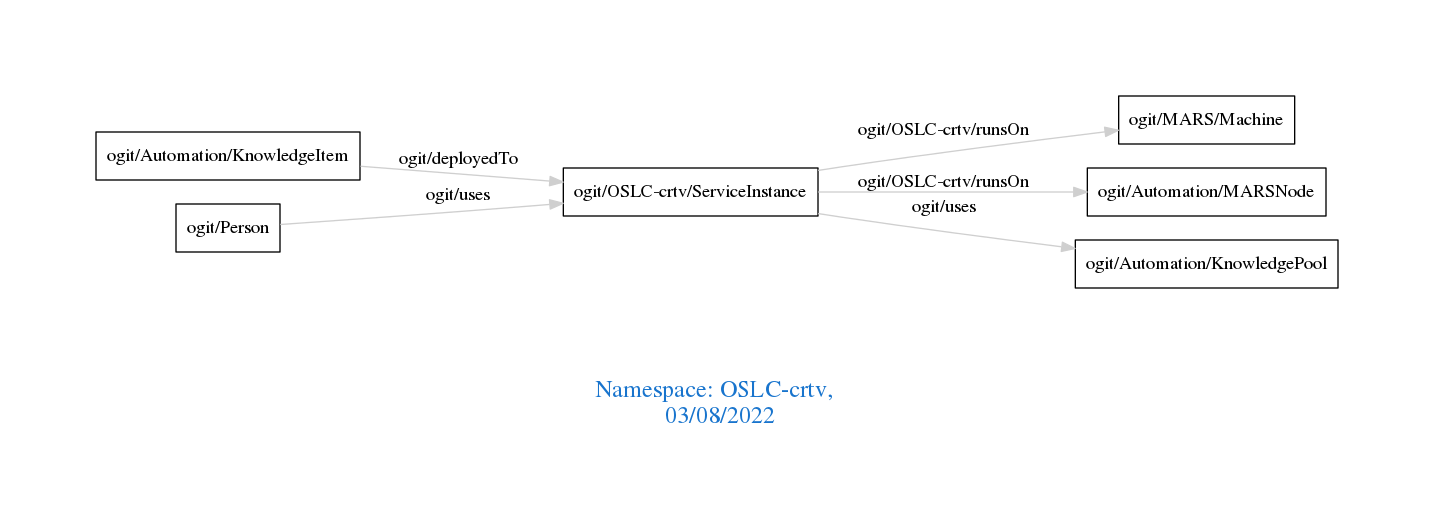
Above: downloads/OSLC-crtv.png in arago/OGIT (Graphviz), before the change. Its source is kept beside it as downloads/OSLC-crtv.dot.
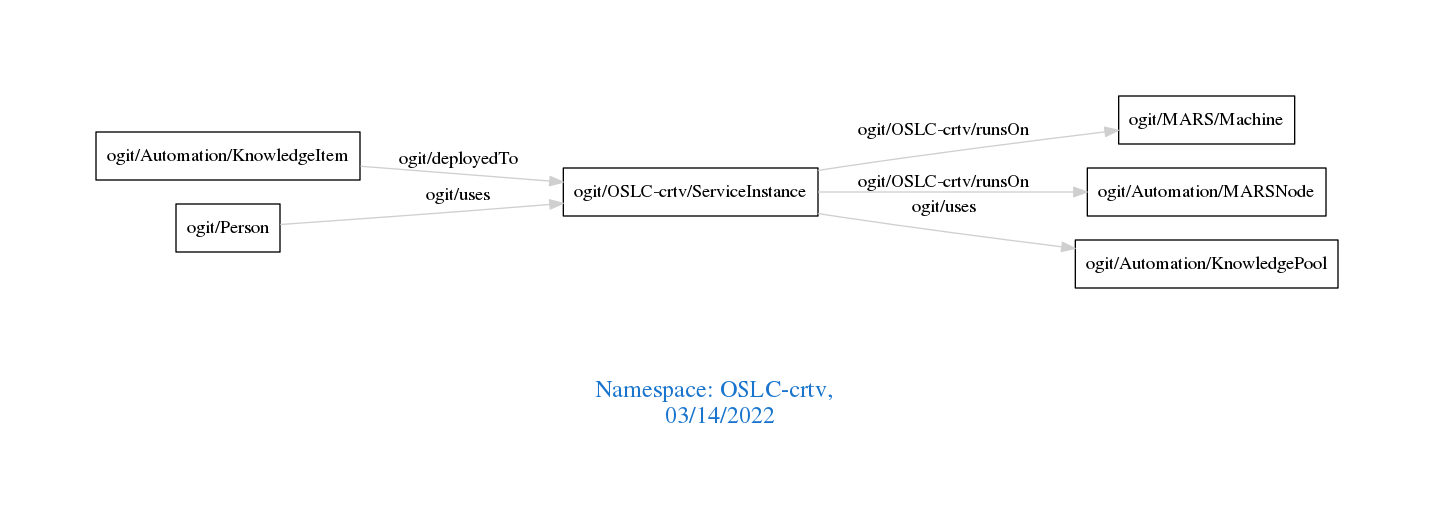
Later version of the same file.

Change to the diagram source:
```diff
@@ -1,7 +1,7 @@
 digraph OGIT_ontology {
  graph [ rankdir= LR,pad=1
 fontsize = 18,
-fontcolor= dodgerblue3,label = "\n\n\nNamespace: OSLC-crtv, \n 03/08/2022"];
+fontcolor= dodgerblue3,label = "\n\n\nNamespace: OSLC-crtv, \n 03/14/2022"];
 node[shape=polygon];
 edge [  color="gray81"];
 
```
